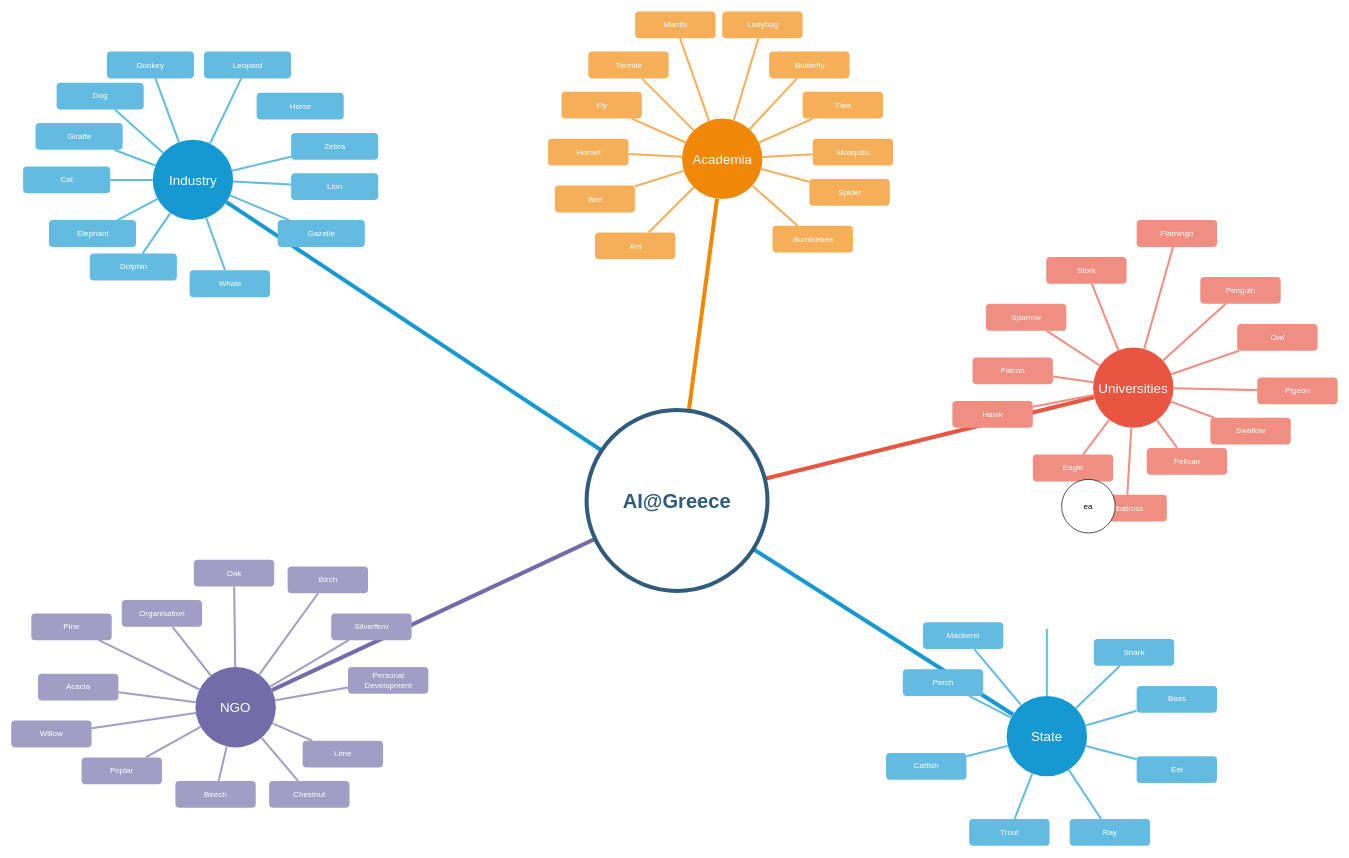
Above: map.drawio in Kostis-S-Z/greek-ai-repo (draw.io), before the change. Source tidied: cells renumbered, new cells numbered last; positions are measured from the earlier drawing's top-left corner, leaving out a move shared by most shapes. Both pictures are drawn from the tidied source at 67%, with x=0, y=0 at pixel (11, 11).
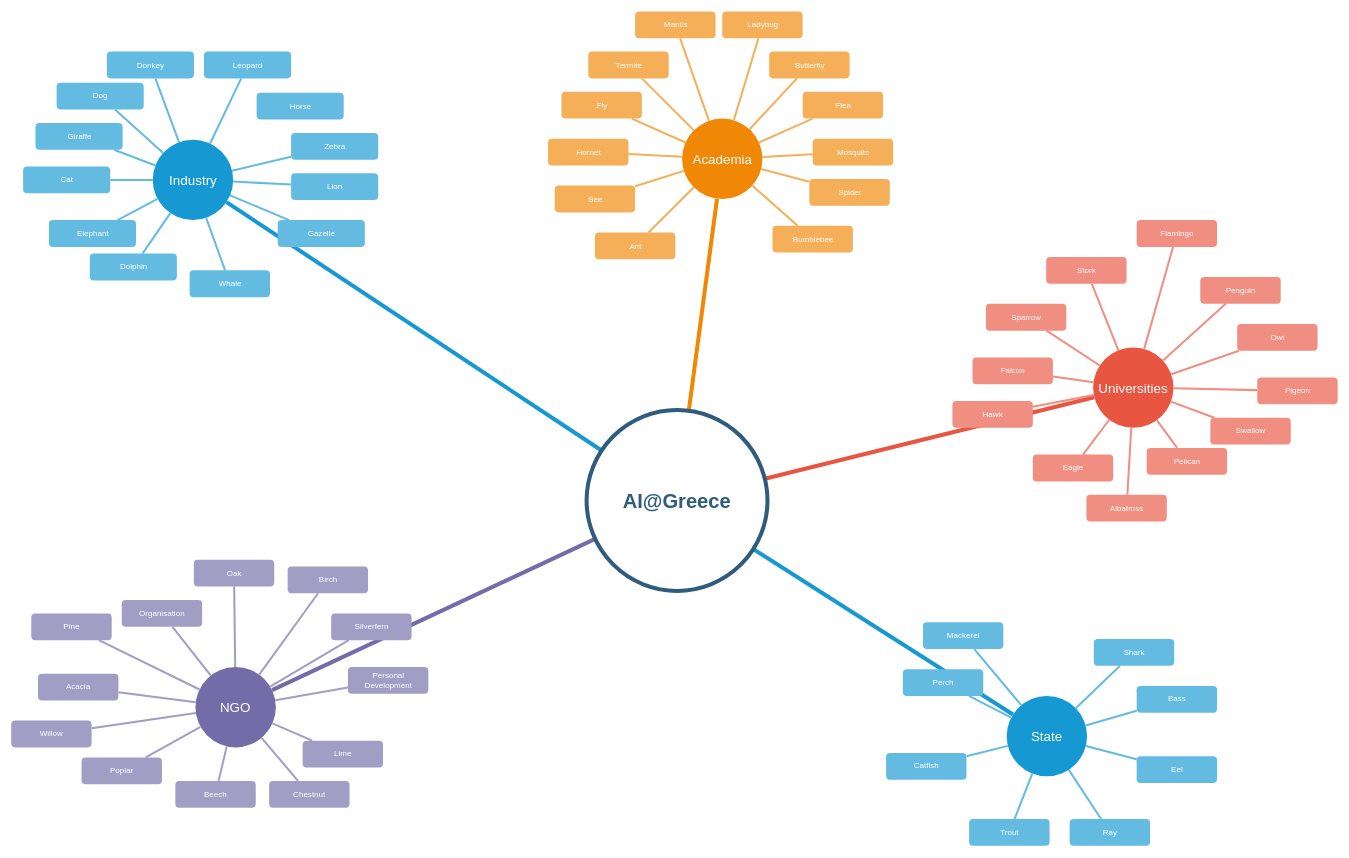
Above is the later version.

The change refers to these unchanged cells:
```xml
<mxCell id="5" value="State" style="ellipse;whiteSpace=wrap;html=1;shadow=0;fontFamily=Helvetica;fontSize=20;fontColor=#FFFFFF;align=center;strokeWidth=3;fillColor=#1699D3;strokeColor=none;" parent="1" vertex="1">
  <mxGeometry x="1486" y="1021.2" width="120" height="120" as="geometry" />
</mxCell>
```

What changed in the source:
```diff
@@
-    <mxCell id="91" style="edgeStyle=none;endArrow=none;strokeWidth=3;strokeColor=#64BBE2;html=1;" parent="1" edge="1" source="5">
-      <mxGeometry x="-24" y="196.5" as="geometry">
-        <mxPoint x="1546" y="921.2" as="targetPoint" />
-      </mxGeometry>
-    </mxCell>
@@
-    <mxCell id="127" value="ea" style="ellipse;whiteSpace=wrap;html=1;" parent="1" vertex="1">
-      <mxGeometry x="1568" y="698" width="80" height="80" as="geometry" />
-    </mxCell>
```
